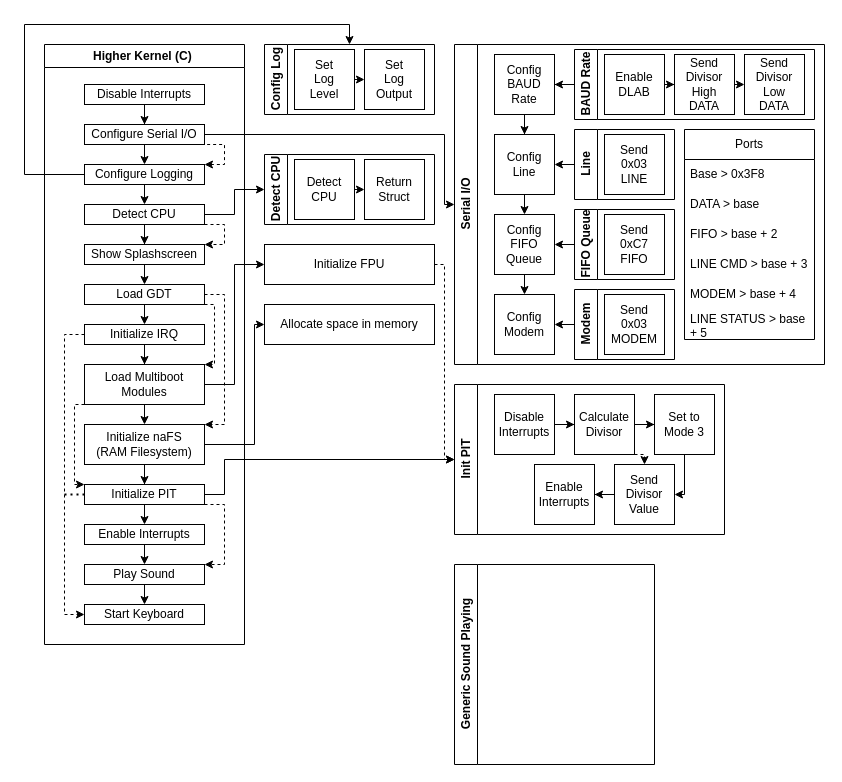
Above: page "C Kernel" (3 of 5) of naOS.drawio in noaether/naOS (draw.io), before the change. Source tidied: cells renumbered, new cells numbered last; positions are measured from the earlier drawing's top-left corner, leaving out a move shared by most shapes. Both pictures are drawn from the tidied source at 100%, with x=0, y=0 at pixel (24, 24).
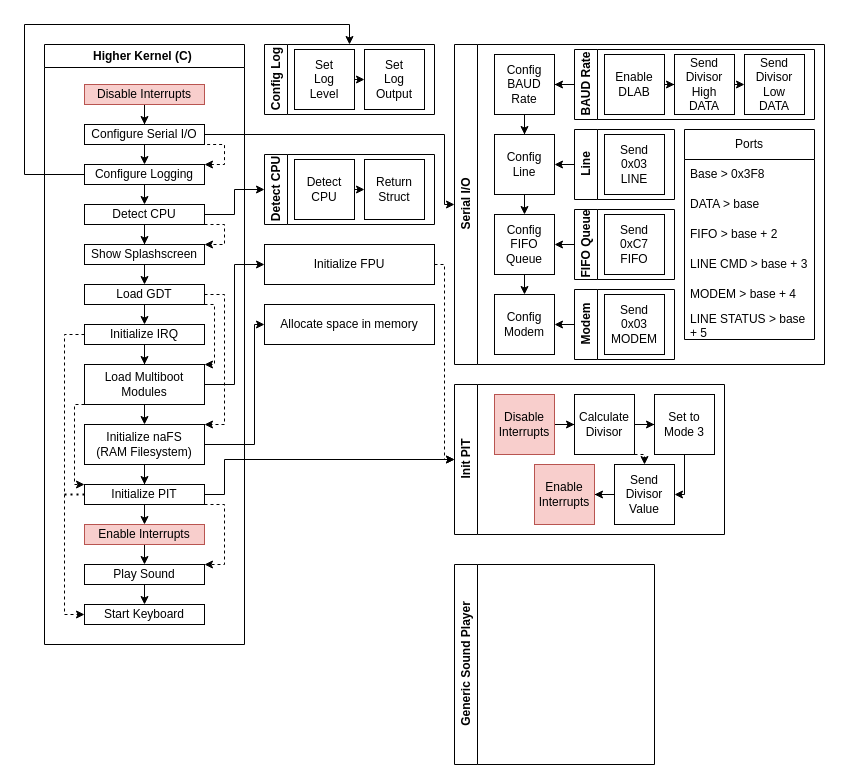
The same diagram, later.

Unchanged cells that the change refers to:
```xml
<mxCell id="2" value="Higher Kernel (C)&amp;nbsp;" style="swimlane;whiteSpace=wrap;html=1;" parent="1" vertex="1">
  <mxGeometry x="20" y="20" width="200" height="600" as="geometry" />
</mxCell>
<mxCell id="83" value="Init PIT" style="swimlane;horizontal=0;whiteSpace=wrap;html=1;" parent="1" vertex="1">
  <mxGeometry x="430" y="360" width="270" height="150" as="geometry" />
</mxCell>
```

Diff of the diagram source:
```diff
@@
-    <mxCell id="4" value="Disable Interrupts" style="rounded=0;whiteSpace=wrap;html=1;" parent="2" vertex="1">
+    <mxCell id="4" value="Disable Interrupts" style="rounded=0;whiteSpace=wrap;html=1;fillColor=#f8cecc;strokeColor=#b85450;" parent="2" vertex="1">
       <mxGeometry x="40" y="40" width="120" height="20" as="geometry" />
     </mxCell>
@@
-    <mxCell id="24" value="Enable Interrupts" style="rounded=0;whiteSpace=wrap;html=1;" parent="2" vertex="1">
+    <mxCell id="24" value="Enable Interrupts" style="rounded=0;whiteSpace=wrap;html=1;fillColor=#f8cecc;strokeColor=#b85450;" parent="2" vertex="1">
       <mxGeometry x="40" y="480" width="120" height="20" as="geometry" />
     </mxCell>
@@
-    <mxCell id="85" value="Disable&lt;br&gt;Interrupts" style="rounded=0;whiteSpace=wrap;html=1;comic=0;" parent="83" vertex="1">
+    <mxCell id="85" value="Disable&lt;br&gt;Interrupts" style="rounded=0;whiteSpace=wrap;html=1;comic=0;fillColor=#f8cecc;strokeColor=#b85450;" parent="83" vertex="1">
       <mxGeometry x="40" y="10" width="60" height="60" as="geometry" />
     </mxCell>
@@
-    <mxCell id="93" value="Enable Interrupts" style="rounded=0;whiteSpace=wrap;html=1;" parent="83" vertex="1">
+    <mxCell id="93" value="Enable Interrupts" style="rounded=0;whiteSpace=wrap;html=1;fillColor=#f8cecc;strokeColor=#b85450;" parent="83" vertex="1">
       <mxGeometry x="80" y="80" width="60" height="60" as="geometry" />
     </mxCell>
@@
-    <mxCell id="95" value="Generic Sound Playing" style="swimlane;horizontal=0;whiteSpace=wrap;html=1;" parent="1" vertex="1">
+    <mxCell id="95" value="Generic Sound Player" style="swimlane;horizontal=0;whiteSpace=wrap;html=1;" parent="1" vertex="1">
       <mxGeometry x="430" y="540" width="200" height="200" as="geometry" />
     </mxCell>
```
